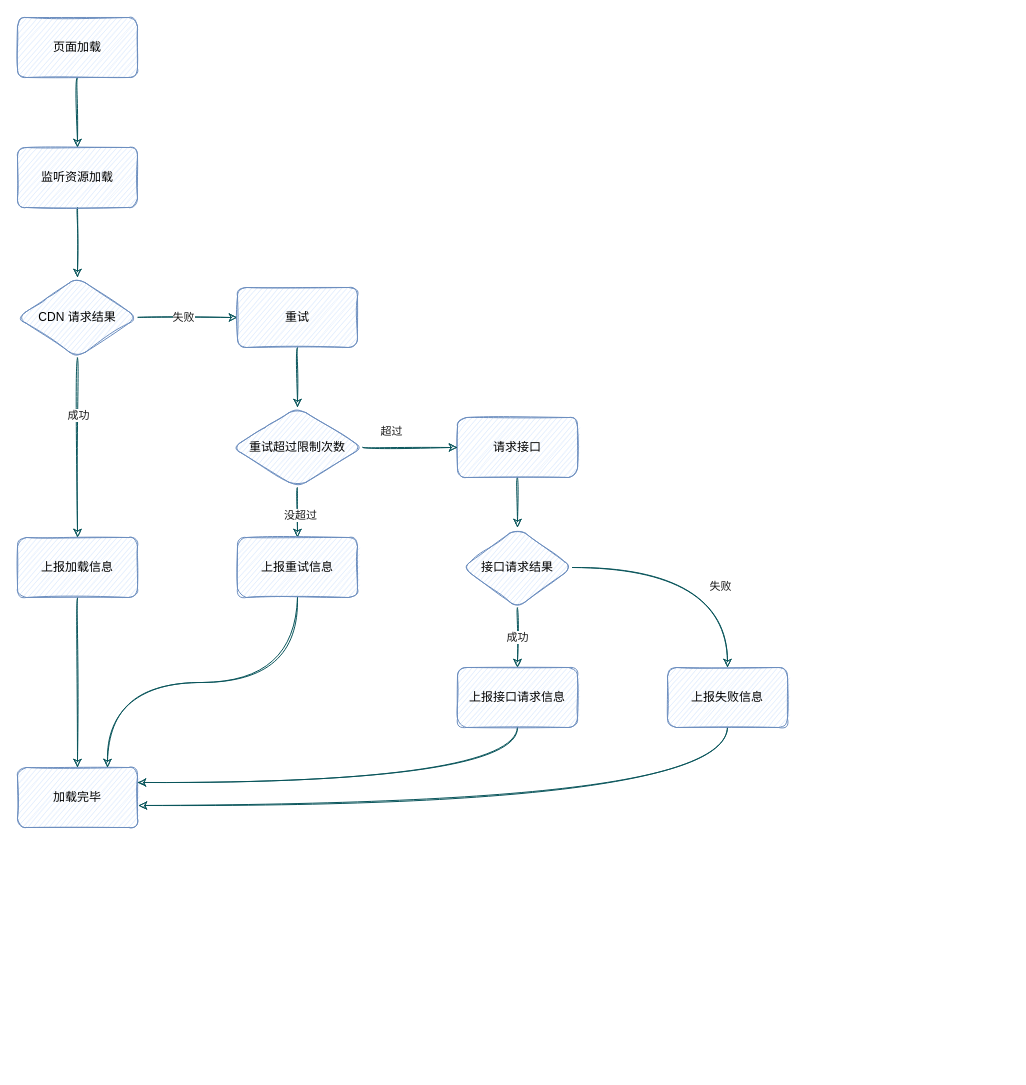
Earlier version of the draw.io diagram page "第 1 页" (1 of 2) of 未命名绘图.drawio (Darkindom/draw-the-diagrams). Source tidied: cells renumbered, new cells numbered last; positions are measured from the earlier drawing's top-left corner, leaving out a move shared by most shapes. Both pictures are drawn from the tidied source at 100%, with x=0, y=0 at pixel (17, 17).
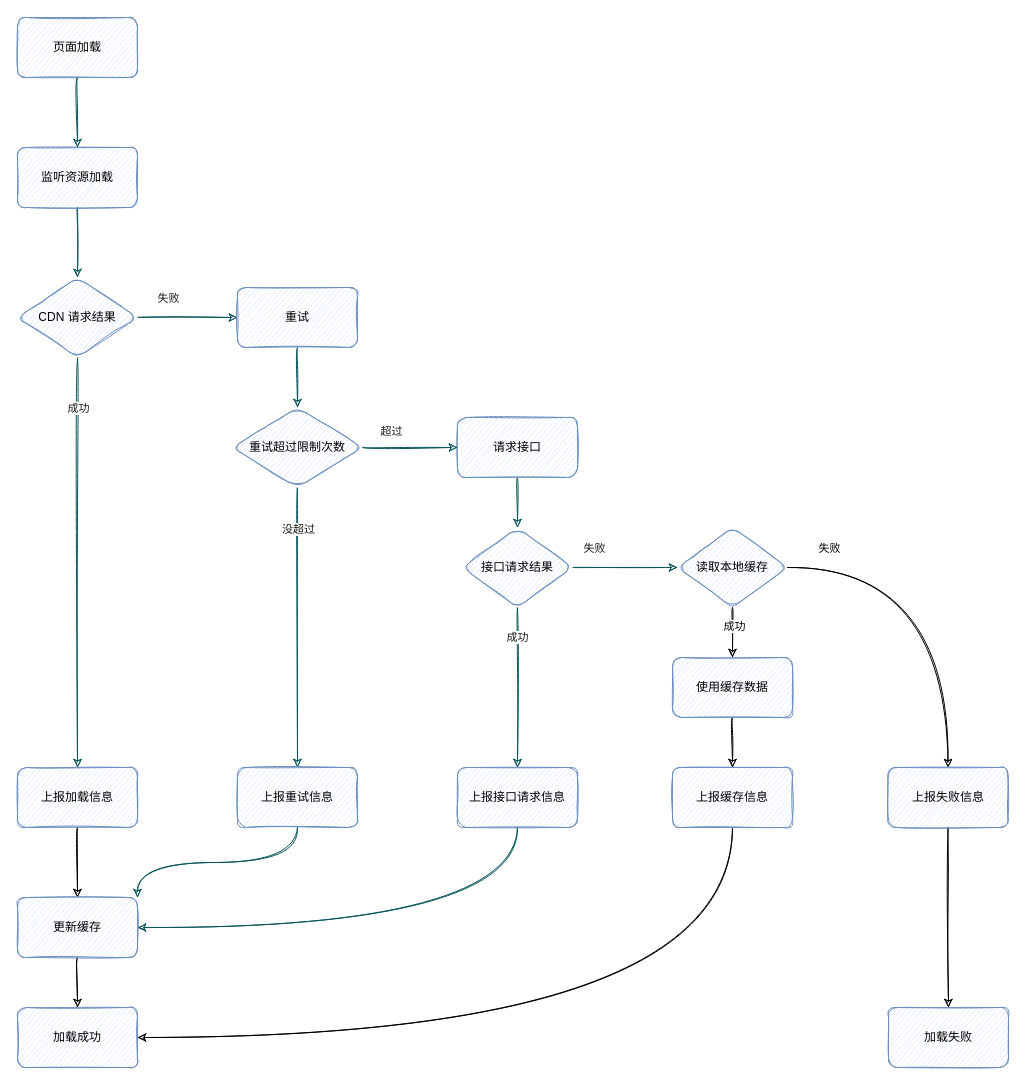
Above is the later version.

Commit message:
更新未命名绘图.drawio

Unchanged cells that the change refers to:
```xml
<mxCell id="6" style="edgeStyle=orthogonalEdgeStyle;curved=1;rounded=1;sketch=1;jettySize=auto;html=1;fontFamily=手札体-简;fontColor=#1A1A1A;strokeColor=#09555B;entryX=0.5;entryY=0;entryDx=0;entryDy=0;" parent="1" edge="1" source="10" target="19">
  <mxGeometry relative="1" as="geometry" />
</mxCell>
<mxCell id="8" style="edgeStyle=orthogonalEdgeStyle;curved=1;rounded=1;sketch=1;jettySize=auto;html=1;fontFamily=手札体-简;fontColor=#1A1A1A;strokeColor=#09555B;entryX=0;entryY=0.5;entryDx=0;entryDy=0;" parent="1" edge="1" source="10" target="25">
  <mxGeometry relative="1" as="geometry" />
</mxCell>
<mxCell id="17" value="接口请求结果" style="rhombus;whiteSpace=wrap;html=1;fontFamily=手札体-简;fillColor=#dae8fc;strokeColor=#6c8ebf;rounded=1;sketch=1;shadow=0;glass=0;" parent="1" vertex="1">
  <mxGeometry x="445" y="510" width="110" height="80" as="geometry" />
</mxCell>
<mxCell id="26" style="edgeStyle=orthogonalEdgeStyle;curved=1;rounded=1;sketch=1;jettySize=auto;html=1;exitX=0.5;exitY=1;exitDx=0;exitDy=0;entryX=0.5;entryY=0;entryDx=0;entryDy=0;fontFamily=手札体-简;fontColor=#1A1A1A;strokeColor=#09555B;" parent="1" edge="1" source="28" target="30">
  <mxGeometry relative="1" as="geometry" />
</mxCell>
```

Change to the diagram source:
```diff
@@
     <mxCell id="7" value="成功" style="edgeLabel;html=1;align=center;verticalAlign=middle;fontFamily=手札体-简;fontColor=#1A1A1A;" parent="6" vertex="1">
-      <mxGeometry x="-0.37" relative="1" as="geometry" />
+      <mxGeometry x="-0.37" relative="1" as="geometry">
+        <mxPoint y="-79" as="offset" />
+      </mxGeometry>
     </mxCell>
@@
     <mxCell id="9" value="失败" style="edgeLabel;html=1;align=center;verticalAlign=middle;fontFamily=手札体-简;fontColor=#1A1A1A;" parent="8" vertex="1">
-      <mxGeometry x="-0.1" y="1" relative="1" as="geometry" />
+      <mxGeometry x="-0.1" y="1" relative="1" as="geometry">
+        <mxPoint x="-15" y="-19" as="offset" />
+      </mxGeometry>
     </mxCell>
@@
-    <mxCell id="11" value="加载完毕" style="whiteSpace=wrap;html=1;fontFamily=手札体-简;fillColor=#dae8fc;strokeColor=#6c8ebf;rounded=1;sketch=1;shadow=0;glass=0;" parent="1" vertex="1">
-      <mxGeometry y="750" width="120" height="60" as="geometry" />
+    <mxCell id="11" value="加载成功" style="whiteSpace=wrap;html=1;fontFamily=手札体-简;fillColor=#dae8fc;strokeColor=#6c8ebf;rounded=1;sketch=1;shadow=0;glass=0;" parent="1" vertex="1">
+      <mxGeometry y="990" width="120" height="60" as="geometry" />
     </mxCell>
@@
-    <mxCell id="14" style="edgeStyle=orthogonalEdgeStyle;curved=1;rounded=1;sketch=1;jettySize=auto;html=1;fontFamily=手札体-简;fontColor=#1A1A1A;strokeColor=#09555B;" parent="1" edge="1" source="17" target="21">
+    <mxCell id="14" style="edgeStyle=orthogonalEdgeStyle;curved=1;rounded=1;sketch=1;jettySize=auto;html=1;fontFamily=手札体-简;fontColor=#1A1A1A;strokeColor=#09555B;" parent="1" edge="1" source="17" target="45">
       <mxGeometry relative="1" as="geometry" />
     </mxCell>
     <mxCell id="15" value="失败" style="edgeLabel;html=1;align=center;verticalAlign=middle;fontFamily=手札体-简;fontColor=#1A1A1A;" parent="14" vertex="1">
-      <mxGeometry x="0.15" y="-18" relative="1" as="geometry" />
+      <mxGeometry x="0.15" y="-18" relative="1" as="geometry">
+        <mxPoint x="-39" y="-38" as="offset" />
+      </mxGeometry>
     </mxCell>
     <mxCell id="16" value="成功" style="edgeStyle=orthogonalEdgeStyle;curved=1;rounded=1;sketch=1;jettySize=auto;html=1;exitX=0.5;exitY=1;exitDx=0;exitDy=0;entryX=0.5;entryY=0;entryDx=0;entryDy=0;fontFamily=手札体-简;fontColor=#1A1A1A;strokeColor=#09555B;" parent="1" edge="1" source="17" target="32">
-      <mxGeometry relative="1" as="geometry" />
+      <mxGeometry x="-0.62" relative="1" as="geometry" />
     </mxCell>
@@
-    <mxCell id="18" style="edgeStyle=orthogonalEdgeStyle;curved=1;rounded=1;sketch=1;jettySize=auto;html=1;exitX=0.5;exitY=1;exitDx=0;exitDy=0;fontFamily=手札体-简;fontColor=#1A1A1A;strokeColor=#09555B;" parent="1" edge="1" source="19" target="11">
-      <mxGeometry relative="1" as="geometry" />
-    </mxCell>
+    <mxCell id="33" style="edgeStyle=orthogonalEdgeStyle;curved=1;rounded=1;sketch=1;jettySize=auto;html=1;exitX=0.5;exitY=1;exitDx=0;exitDy=0;entryX=0.5;entryY=0;entryDx=0;entryDy=0;" parent="1" edge="1" source="19" target="39">
+      <mxGeometry relative="1" as="geometry" />
+    </mxCell>
     <mxCell id="19" value="上报加载信息" style="whiteSpace=wrap;html=1;fontFamily=手札体-简;fillColor=#dae8fc;strokeColor=#6c8ebf;rounded=1;sketch=1;shadow=0;glass=0;" parent="1" vertex="1">
-      <mxGeometry y="520" width="120" height="60" as="geometry" />
+      <mxGeometry y="750" width="120" height="60" as="geometry" />
     </mxCell>
-    <mxCell id="20" style="edgeStyle=orthogonalEdgeStyle;curved=1;rounded=1;sketch=1;jettySize=auto;html=1;exitX=0.5;exitY=1;exitDx=0;exitDy=0;entryX=1.008;entryY=0.633;entryDx=0;entryDy=0;entryPerimeter=0;fontFamily=手札体-简;fontColor=#1A1A1A;strokeColor=#09555B;" parent="1" edge="1" source="21" target="11">
-      <mxGeometry relative="1" as="geometry" />
-    </mxCell>
+    <mxCell id="34" style="edgeStyle=orthogonalEdgeStyle;curved=1;rounded=1;sketch=1;jettySize=auto;html=1;exitX=0.5;exitY=1;exitDx=0;exitDy=0;entryX=0.5;entryY=0;entryDx=0;entryDy=0;" parent="1" edge="1" source="21" target="37">
+      <mxGeometry relative="1" as="geometry" />
+    </mxCell>
-    <mxCell id="21" value="上报失败信息" style="whiteSpace=wrap;html=1;fontFamily=手札体-简;fillColor=#dae8fc;strokeColor=#6c8ebf;rounded=1;sketch=1;shadow=0;glass=0;" parent="1" vertex="1">
-      <mxGeometry x="650" y="650" width="120" height="60" as="geometry" />
+    <mxCell id="21" value="使用缓存数据" style="whiteSpace=wrap;html=1;fontFamily=手札体-简;fillColor=#dae8fc;strokeColor=#6c8ebf;rounded=1;sketch=1;shadow=0;glass=0;" parent="1" vertex="1">
+      <mxGeometry x="655" y="640" width="120" height="60" as="geometry" />
     </mxCell>
@@
     <mxCell id="27" value="没超过" style="edgeLabel;html=1;align=center;verticalAlign=middle;fontFamily=手札体-简;fontColor=#1A1A1A;" parent="26" vertex="1">
-      <mxGeometry x="0.07" y="2" relative="1" as="geometry" />
+      <mxGeometry x="0.07" y="2" relative="1" as="geometry">
+        <mxPoint x="-2" y="-109" as="offset" />
+      </mxGeometry>
     </mxCell>
@@
-    <mxCell id="29" style="edgeStyle=orthogonalEdgeStyle;curved=1;rounded=1;sketch=1;jettySize=auto;html=1;exitX=0.5;exitY=1;exitDx=0;exitDy=0;entryX=0.75;entryY=0;entryDx=0;entryDy=0;fontFamily=手札体-简;fontColor=#1A1A1A;strokeColor=#09555B;" parent="1" edge="1" source="30" target="11">
+    <mxCell id="29" style="edgeStyle=orthogonalEdgeStyle;curved=1;rounded=1;sketch=1;jettySize=auto;html=1;exitX=0.5;exitY=1;exitDx=0;exitDy=0;entryX=1;entryY=0;entryDx=0;entryDy=0;fontFamily=手札体-简;fontColor=#1A1A1A;strokeColor=#09555B;" parent="1" edge="1" source="30" target="39">
       <mxGeometry relative="1" as="geometry" />
     </mxCell>
     <mxCell id="30" value="上报重试信息" style="whiteSpace=wrap;html=1;fontFamily=手札体-简;fillColor=#dae8fc;strokeColor=#6c8ebf;rounded=1;sketch=1;shadow=0;glass=0;" parent="1" vertex="1">
-      <mxGeometry x="220" y="520" width="120" height="60" as="geometry" />
+      <mxGeometry x="220" y="750" width="120" height="60" as="geometry" />
     </mxCell>
-    <mxCell id="31" style="edgeStyle=orthogonalEdgeStyle;curved=1;rounded=1;sketch=1;jettySize=auto;html=1;exitX=0.5;exitY=1;exitDx=0;exitDy=0;entryX=1;entryY=0.25;entryDx=0;entryDy=0;fontFamily=手札体-简;fontColor=#1A1A1A;strokeColor=#09555B;" parent="1" edge="1" source="32" target="11">
+    <mxCell id="31" style="edgeStyle=orthogonalEdgeStyle;curved=1;rounded=1;sketch=1;jettySize=auto;html=1;exitX=0.5;exitY=1;exitDx=0;exitDy=0;entryX=1;entryY=0.5;entryDx=0;entryDy=0;fontFamily=手札体-简;fontColor=#1A1A1A;strokeColor=#09555B;" parent="1" edge="1" source="32" target="39">
       <mxGeometry relative="1" as="geometry" />
     </mxCell>
     <mxCell id="32" value="上报接口请求信息" style="whiteSpace=wrap;html=1;fontFamily=手札体-简;fillColor=#dae8fc;strokeColor=#6c8ebf;rounded=1;sketch=1;shadow=0;glass=0;" parent="1" vertex="1">
-      <mxGeometry x="440" y="650" width="120" height="60" as="geometry" />
+      <mxGeometry x="440" y="750" width="120" height="60" as="geometry" />
     </mxCell>
+    <mxCell id="35" style="edgeStyle=orthogonalEdgeStyle;curved=1;rounded=1;sketch=1;jettySize=auto;html=1;exitX=0.5;exitY=1;exitDx=0;exitDy=0;entryX=0.5;entryY=0;entryDx=0;entryDy=0;" parent="1" edge="1" source="46" target="40">
+      <mxGeometry relative="1" as="geometry" />
+    </mxCell>
+    <mxCell id="36" style="edgeStyle=orthogonalEdgeStyle;curved=1;rounded=1;sketch=1;jettySize=auto;html=1;exitX=0.5;exitY=1;exitDx=0;exitDy=0;entryX=1;entryY=0.5;entryDx=0;entryDy=0;" parent="1" edge="1" source="37" target="11">
+      <mxGeometry relative="1" as="geometry" />
+    </mxCell>
+    <mxCell id="37" value="上报缓存信息" style="whiteSpace=wrap;html=1;fontFamily=手札体-简;fillColor=#dae8fc;strokeColor=#6c8ebf;rounded=1;sketch=1;shadow=0;glass=0;" parent="1" vertex="1">
+      <mxGeometry x="655" y="750" width="120" height="60" as="geometry" />
+    </mxCell>
+    <mxCell id="38" style="edgeStyle=orthogonalEdgeStyle;curved=1;rounded=1;sketch=1;jettySize=auto;html=1;exitX=0.5;exitY=1;exitDx=0;exitDy=0;" parent="1" edge="1" source="39" target="11">
+      <mxGeometry relative="1" as="geometry" />
+    </mxCell>
+    <mxCell id="39" value="更新缓存" style="whiteSpace=wrap;html=1;fontFamily=手札体-简;fillColor=#dae8fc;strokeColor=#6c8ebf;rounded=1;sketch=1;shadow=0;glass=0;" parent="1" vertex="1">
+      <mxGeometry y="880" width="120" height="60" as="geometry" />
+    </mxCell>
+    <mxCell id="40" value="加载失败" style="whiteSpace=wrap;html=1;fontFamily=手札体-简;fillColor=#dae8fc;strokeColor=#6c8ebf;rounded=1;sketch=1;shadow=0;glass=0;" parent="1" vertex="1">
+      <mxGeometry x="871" y="990" width="120" height="60" as="geometry" />
+    </mxCell>
+    <mxCell id="41" style="edgeStyle=orthogonalEdgeStyle;curved=1;rounded=1;sketch=1;jettySize=auto;html=1;" parent="1" edge="1" source="45" target="21">
+      <mxGeometry relative="1" as="geometry" />
+    </mxCell>
+    <mxCell id="42" value="成功" style="edgeLabel;html=1;align=center;verticalAlign=middle;" parent="41" vertex="1">
+      <mxGeometry x="-0.3" y="1" relative="1" as="geometry" />
+    </mxCell>
+    <mxCell id="43" style="edgeStyle=orthogonalEdgeStyle;curved=1;rounded=1;sketch=1;jettySize=auto;html=1;" parent="1" edge="1" source="45" target="46">
+      <mxGeometry relative="1" as="geometry" />
+    </mxCell>
+    <mxCell id="44" value="失败" style="edgeLabel;html=1;align=center;verticalAlign=middle;" parent="43" vertex="1">
+      <mxGeometry x="-0.42" y="-35" relative="1" as="geometry">
+        <mxPoint x="-64" y="-55" as="offset" />
+      </mxGeometry>
+    </mxCell>
+    <mxCell id="45" value="读取本地缓存" style="rhombus;whiteSpace=wrap;html=1;fontFamily=手札体-简;fillColor=#dae8fc;strokeColor=#6c8ebf;rounded=1;sketch=1;shadow=0;glass=0;" parent="1" vertex="1">
+      <mxGeometry x="660" y="510" width="110" height="80" as="geometry" />
+    </mxCell>
+    <mxCell id="46" value="上报失败信息" style="whiteSpace=wrap;html=1;fontFamily=手札体-简;fillColor=#dae8fc;strokeColor=#6c8ebf;rounded=1;sketch=1;shadow=0;glass=0;" parent="1" vertex="1">
+      <mxGeometry x="870.5" y="750" width="120" height="60" as="geometry" />
+    </mxCell>
```
